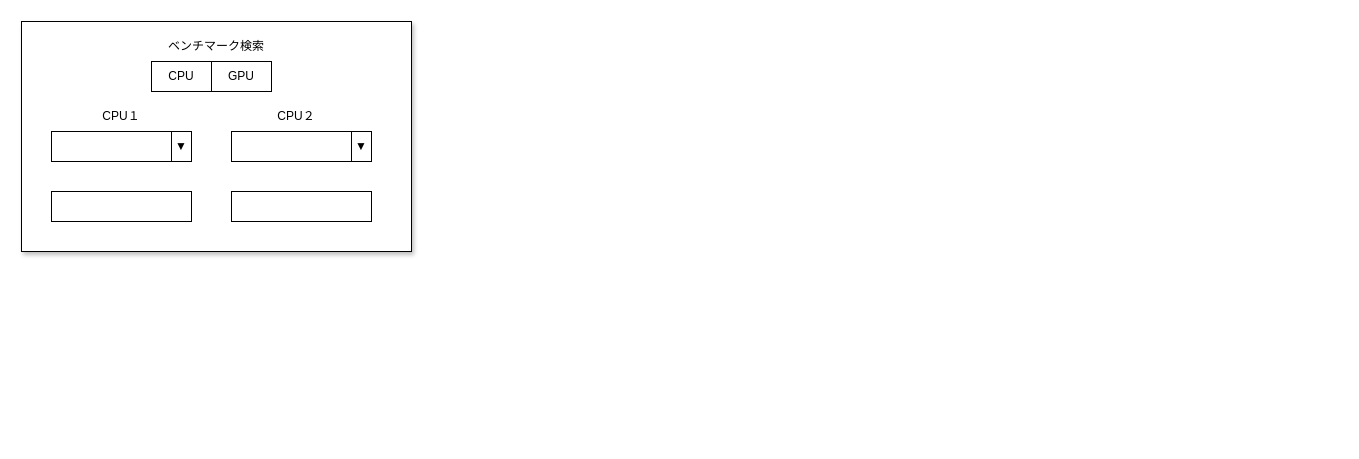
Above: page "S08-03 ベンチマーク検索" (3 of 3) of 各種設計書/6.画面設計書/S08_検索.drawio in HaruShim/Sotuken (draw.io), before the change. Source tidied: cells renumbered, new cells numbered last; positions are measured from the earlier drawing's top-left corner, leaving out a move shared by most shapes. Both pictures are drawn from the tidied source at 100%, with x=0, y=0 at pixel (21, 21).
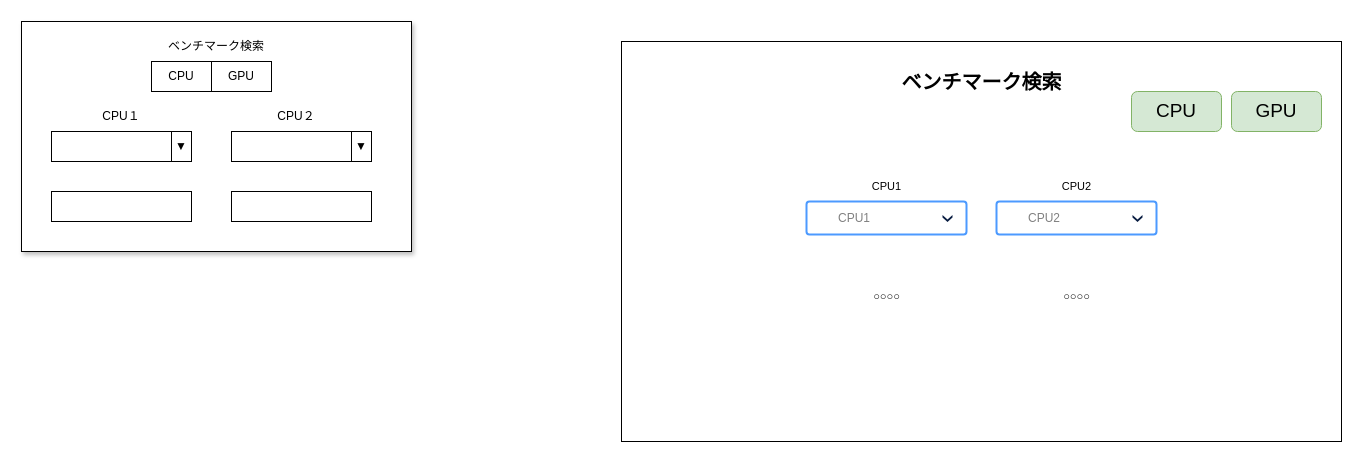
After the change.

What changed in the source:
```diff
@@
+    <mxCell id="16" style="rounded=0;whiteSpace=wrap;html=1;fillColor=default;strokeColor=default;fontColor=default;" parent="14" vertex="1">
+      <mxGeometry x="600" y="20" width="720" height="400" as="geometry" />
+    </mxCell>
+    <mxCell id="17" value="ベンチマーク検索" style="text;html=1;strokeColor=none;fillColor=none;align=center;verticalAlign=middle;whiteSpace=wrap;rounded=0;fontColor=default;fontStyle=1;fontSize=20;" parent="14" vertex="1">
+      <mxGeometry x="847.5" y="40" width="225" height="40" as="geometry" />
+    </mxCell>
+    <mxCell id="18" value="&lt;span style=&quot;font-size: 19px&quot;&gt;CPU&lt;/span&gt;" style="rounded=1;whiteSpace=wrap;html=1;align=center;labelBackgroundColor=none;fillColor=#d5e8d4;strokeColor=#82b366;" parent="14" vertex="1">
+      <mxGeometry x="1110" y="70" width="90" height="40" as="geometry" />
+    </mxCell>
+    <mxCell id="19" value="&lt;span style=&quot;font-size: 19px&quot;&gt;GPU&lt;/span&gt;" style="rounded=1;whiteSpace=wrap;html=1;align=center;labelBackgroundColor=none;fillColor=#d5e8d4;strokeColor=#82b366;" parent="14" vertex="1">
+      <mxGeometry x="1210" y="70" width="90" height="40" as="geometry" />
+    </mxCell>
+    <mxCell id="20" value="CPU1" style="rounded=1;arcSize=9;fillColor=#ffffff;strokeColor=#4C9AFF;html=1;strokeWidth=2;spacingLeft=30;fontColor=#808080;align=left;" parent="14" vertex="1">
+      <mxGeometry x="785" y="180" width="160" height="33" as="geometry" />
+    </mxCell>
+    <mxCell id="21" style="shape=step;whiteSpace=wrap;html=1;rounded=0;strokeColor=none;strokeWidth=2;fillColor=#0A1E43;gradientColor=none;fontFamily=Verdana;fontSize=14;fontColor=#000000;align=left;direction=south;size=0.65;" parent="20" vertex="1">
+      <mxGeometry x="1" y="0.5" width="10" height="7" relative="1" as="geometry">
+        <mxPoint x="-24" y="-3" as="offset" />
+      </mxGeometry>
+    </mxCell>
+    <mxCell id="22" value="CPU2" style="rounded=1;arcSize=9;fillColor=#ffffff;strokeColor=#4C9AFF;html=1;strokeWidth=2;spacingLeft=30;fontColor=#808080;align=left;" parent="14" vertex="1">
+      <mxGeometry x="975" y="180" width="160" height="33" as="geometry" />
+    </mxCell>
+    <mxCell id="23" style="shape=step;whiteSpace=wrap;html=1;rounded=0;strokeColor=none;strokeWidth=2;fillColor=#0A1E43;gradientColor=none;fontFamily=Verdana;fontSize=14;fontColor=#000000;align=left;direction=south;size=0.65;" parent="22" vertex="1">
+      <mxGeometry x="1" y="0.5" width="10" height="7" relative="1" as="geometry">
+        <mxPoint x="-24" y="-3" as="offset" />
+      </mxGeometry>
+    </mxCell>
+    <mxCell id="24" value="CPU1" style="text;html=1;strokeColor=none;fillColor=none;align=center;verticalAlign=middle;whiteSpace=wrap;rounded=0;fontSize=11;" parent="14" vertex="1">
+      <mxGeometry x="822.5" y="150" width="85" height="30" as="geometry" />
+    </mxCell>
+    <mxCell id="25" value="CPU2" style="text;html=1;strokeColor=none;fillColor=none;align=center;verticalAlign=middle;whiteSpace=wrap;rounded=0;fontSize=11;" parent="14" vertex="1">
+      <mxGeometry x="1012.5" y="150" width="85" height="30" as="geometry" />
+    </mxCell>
+    <mxCell id="26" value="○○○○" style="text;html=1;strokeColor=none;fillColor=none;align=center;verticalAlign=middle;whiteSpace=wrap;rounded=0;fontSize=11;" parent="14" vertex="1">
+      <mxGeometry x="822.5" y="260" width="85" height="30" as="geometry" />
+    </mxCell>
+    <mxCell id="27" value="○○○○" style="text;html=1;strokeColor=none;fillColor=none;align=center;verticalAlign=middle;whiteSpace=wrap;rounded=0;fontSize=11;" parent="14" vertex="1">
+      <mxGeometry x="1012.5" y="260" width="85" height="30" as="geometry" />
+    </mxCell>
```
